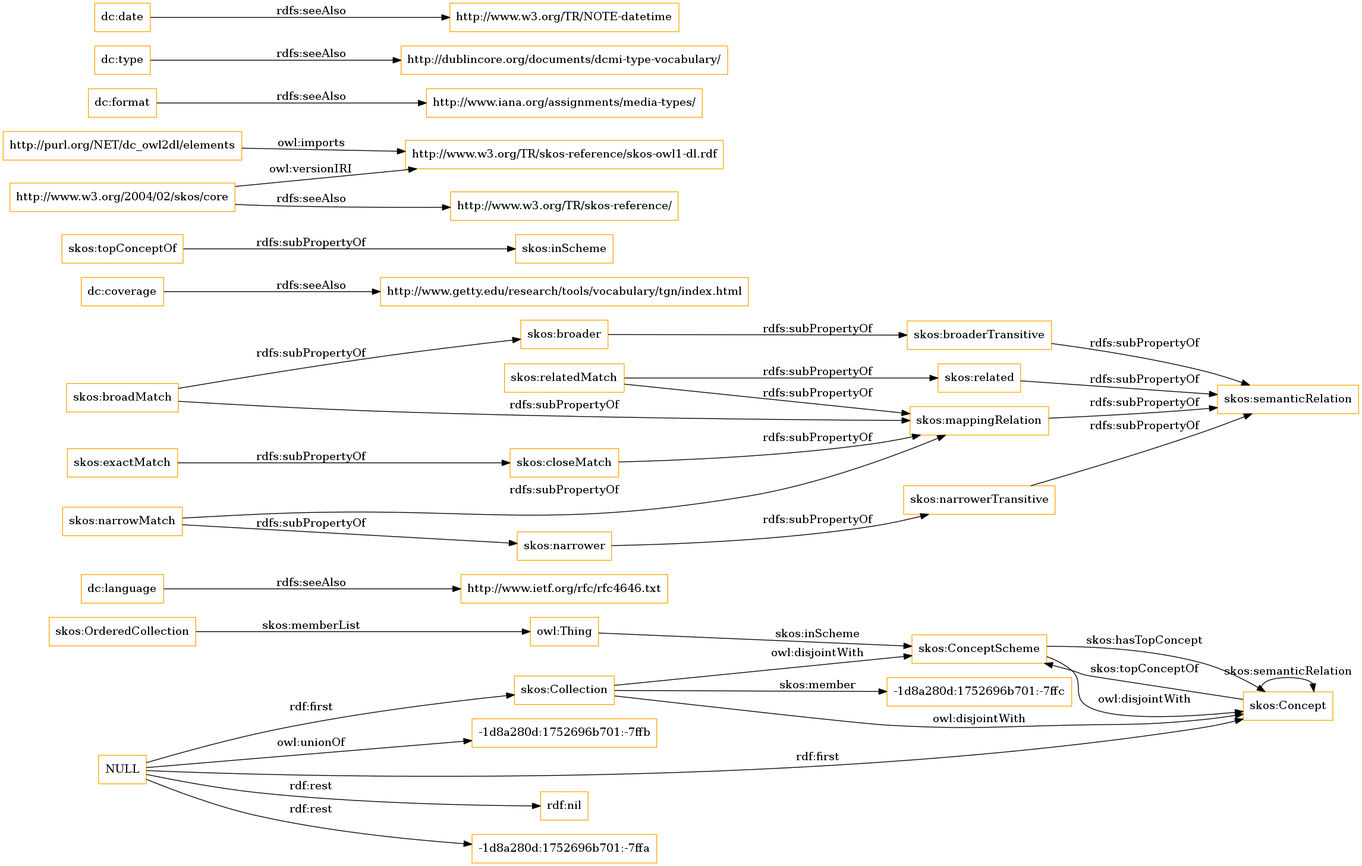
Earlier version of the Graphviz export OnToology/imports/elements.owl/diagrams/ar2dtool-class/elements.owl.png (OnToologyUser/core-ontology-1). Its source is kept beside it as OnToology/imports/elements.owl/diagrams/ar2dtool-class/elements.owl.png.dot.
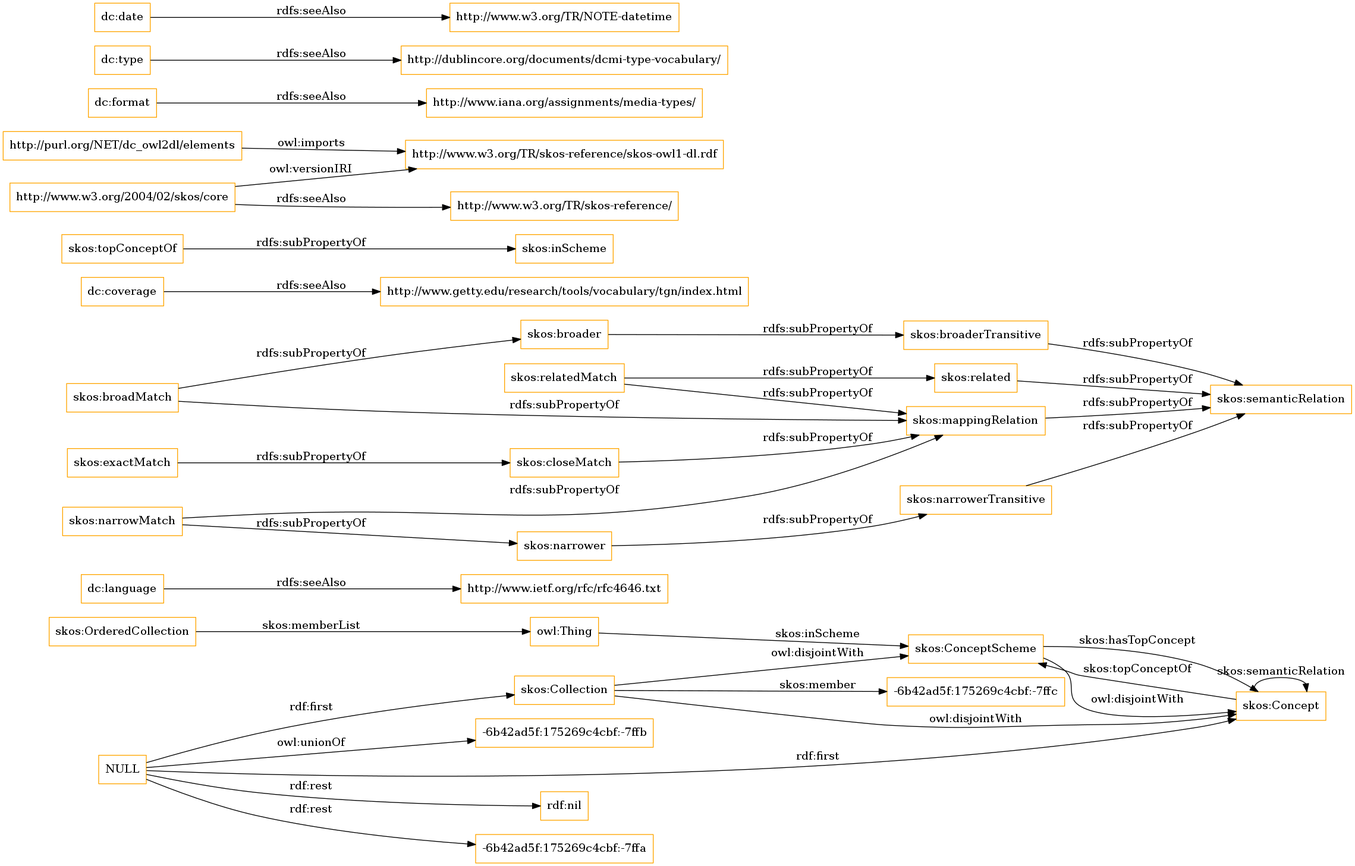
Above is the later version.

Change to the diagram source:
```diff
@@ -1,13 +1,13 @@
 digraph ar2dtool_diagram {
 rankdir=LR;
 size="1501"
-node [shape = rectangle, color="orange"]; "-1d8a280d:1752696b701:-7ffc" "skos:OrderedCollection" "skos:Collection" "skos:ConceptScheme" "skos:Concept" ; /*classes style*/
+node [shape = rectangle, color="orange"]; "-6b42ad5f:175269c4cbf:-7ffc" "skos:OrderedCollection" "skos:Collection" "skos:ConceptScheme" "skos:Concept" ; /*classes style*/
 	"dc:language" -> "http://www.ietf.org/rfc/rfc4646.txt" [ label = "rdfs:seeAlso" ];
 	"NULL" -> "rdf:nil" [ label = "rdf:rest" ];
 	"NULL" -> "skos:Collection" [ label = "rdf:first" ];
-	"NULL" -> "-1d8a280d:1752696b701:-7ffa" [ label = "rdf:rest" ];
+	"NULL" -> "-6b42ad5f:175269c4cbf:-7ffa" [ label = "rdf:rest" ];
 	"NULL" -> "skos:Concept" [ label = "rdf:first" ];
-	"NULL" -> "-1d8a280d:1752696b701:-7ffb" [ label = "owl:unionOf" ];
+	"NULL" -> "-6b42ad5f:175269c4cbf:-7ffb" [ label = "owl:unionOf" ];
 	"skos:closeMatch" -> "skos:mappingRelation" [ label = "rdfs:subPropertyOf" ];
 	"dc:coverage" -> "http://www.getty.edu/research/tools/vocabulary/tgn/index.html" [ label = "rdfs:seeAlso" ];
 	"skos:relatedMatch" -> "skos:related" [ label = "rdfs:subPropertyOf" ];
@@ -36,7 +36,7 @@
 	"skos:OrderedCollection" -> "owl:Thing" [ label = "skos:memberList" ];
 	"skos:Concept" -> "skos:ConceptScheme" [ label = "skos:topConceptOf" ];
 	"skos:Concept" -> "skos:Concept" [ label = "skos:semanticRelation" ];
-	"skos:Collection" -> "-1d8a280d:1752696b701:-7ffc" [ label = "skos:member" ];
+	"skos:Collection" -> "-6b42ad5f:175269c4cbf:-7ffc" [ label = "skos:member" ];
 	"skos:ConceptScheme" -> "skos:Concept" [ label = "skos:hasTopConcept" ];
 	"owl:Thing" -> "skos:ConceptScheme" [ label = "skos:inScheme" ];
 
```
